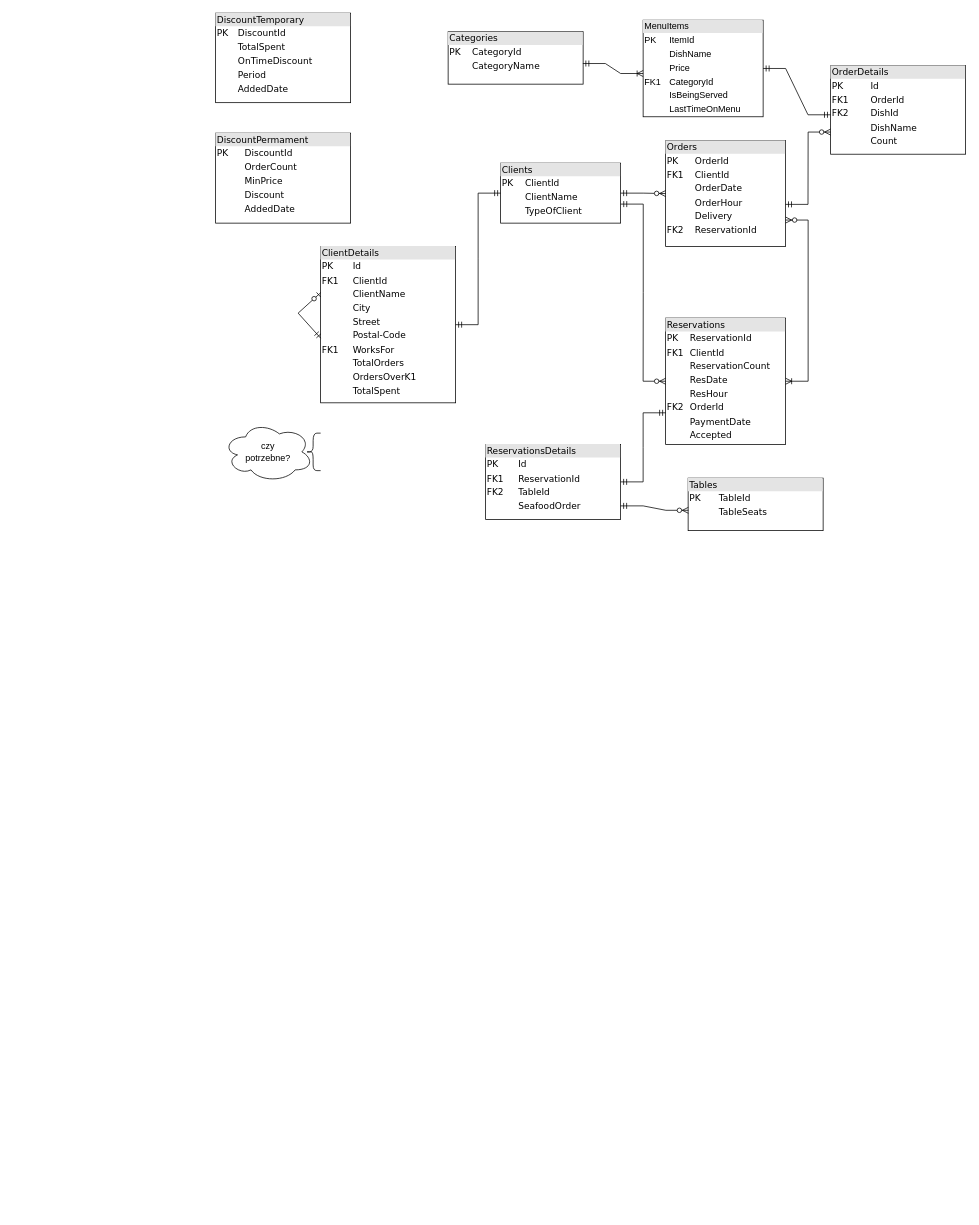
mczajor/DataBases keeps this draw.io diagram as DataBaseSchema.drawio. Above is the earlier version. Source tidied: cells renumbered, new cells numbered last; positions are measured from the earlier drawing's top-left corner, leaving out a move shared by most shapes. Both pictures are drawn from the tidied source at 75%, with x=0, y=0 at pixel (215, 13).
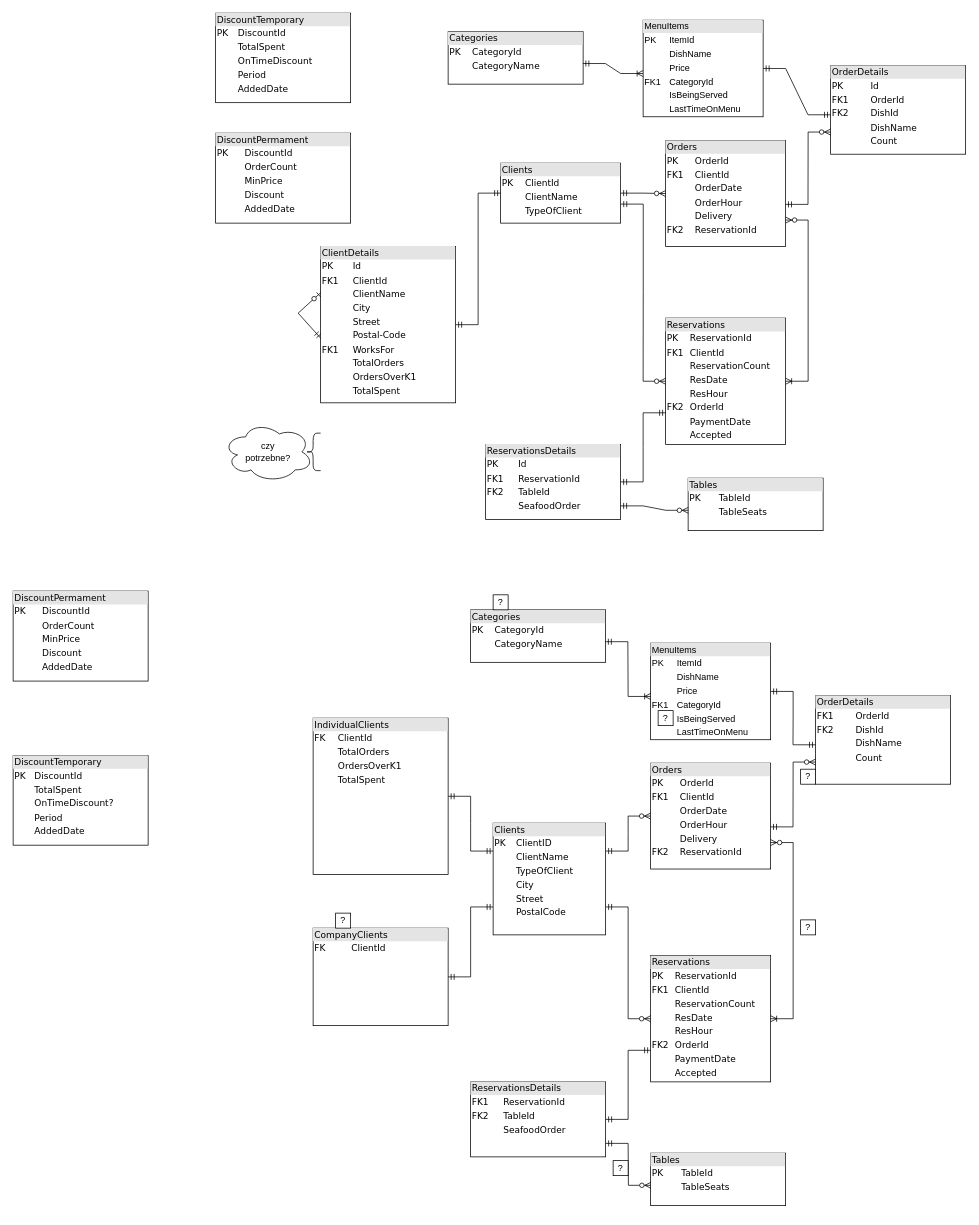
Above is the later version.

What changed in the source:
```diff
@@
+    <mxCell id="26" value="&lt;div style=&quot;box-sizing: border-box ; width: 100% ; background: #e4e4e4 ; padding: 2px&quot;&gt;Reservations&lt;br&gt;&lt;/div&gt;&lt;table style=&quot;width: 100% ; font-size: 1em&quot; cellspacing=&quot;0&quot; cellpadding=&quot;2&quot;&gt;&lt;tbody&gt;&lt;tr&gt;&lt;td&gt;PK&lt;br&gt;&lt;/td&gt;&lt;td&gt;ReservationId&lt;br&gt;&lt;/td&gt;&lt;/tr&gt;&lt;tr&gt;&lt;td&gt;FK1&lt;br&gt;&lt;/td&gt;&lt;td&gt;ClientId&lt;br&gt;&lt;/td&gt;&lt;/tr&gt;&lt;tr&gt;&lt;td&gt;&lt;br&gt;&lt;/td&gt;&lt;td&gt;ReservationCount&lt;br&gt;&lt;/td&gt;&lt;/tr&gt;&lt;tr&gt;&lt;td&gt;&lt;br&gt;&lt;/td&gt;&lt;td&gt;ResDate&lt;br&gt;&lt;/td&gt;&lt;/tr&gt;&lt;tr&gt;&lt;td&gt;&lt;br&gt;&lt;/td&gt;&lt;td&gt;ResHour&lt;br&gt;&lt;/td&gt;&lt;/tr&gt;&lt;tr&gt;&lt;td&gt;FK2&lt;br&gt;&lt;/td&gt;&lt;td&gt;OrderId&lt;br&gt;&lt;/td&gt;&lt;/tr&gt;&lt;tr&gt;&lt;td&gt;&lt;br&gt;&lt;/td&gt;&lt;td&gt;PaymentDate&lt;br&gt;&lt;/td&gt;&lt;/tr&gt;&lt;tr&gt;&lt;td&gt;&lt;br&gt;&lt;/td&gt;&lt;td&gt;Accepted&lt;br&gt;&lt;/td&gt;&lt;/tr&gt;&lt;/tbody&gt;&lt;/table&gt;" style="verticalAlign=top;align=left;overflow=fill;html=1;rounded=0;shadow=0;comic=0;labelBackgroundColor=none;strokeWidth=1;fontFamily=Verdana;fontSize=12;" parent="1" vertex="1">
+      <mxGeometry x="580" y="1256.6" width="160" height="168.4" as="geometry" />
+    </mxCell>
+    <mxCell id="27" value="&lt;div style=&quot;box-sizing: border-box ; width: 100% ; background: #e4e4e4 ; padding: 2px&quot;&gt;Orders&lt;/div&gt;&lt;table style=&quot;width: 100% ; font-size: 1em&quot; cellspacing=&quot;0&quot; cellpadding=&quot;2&quot;&gt;&lt;tbody&gt;&lt;tr&gt;&lt;td&gt;PK&lt;br&gt;&lt;/td&gt;&lt;td&gt;OrderId&lt;br&gt;&lt;/td&gt;&lt;/tr&gt;&lt;tr&gt;&lt;td&gt;FK1&lt;br&gt;&lt;/td&gt;&lt;td&gt;ClientId&lt;br&gt;&lt;/td&gt;&lt;/tr&gt;&lt;tr&gt;&lt;td&gt;&lt;br&gt;&lt;/td&gt;&lt;td&gt;OrderDate&lt;br&gt;&lt;/td&gt;&lt;/tr&gt;&lt;tr&gt;&lt;td&gt;&lt;br&gt;&lt;/td&gt;&lt;td&gt;OrderHour&lt;br&gt;&lt;/td&gt;&lt;/tr&gt;&lt;tr&gt;&lt;td&gt;&lt;br&gt;&lt;/td&gt;&lt;td&gt;Delivery&lt;br&gt;&lt;/td&gt;&lt;/tr&gt;&lt;tr&gt;&lt;td&gt;FK2&lt;br&gt;&lt;/td&gt;&lt;td&gt;ReservationId&lt;br&gt;&lt;/td&gt;&lt;/tr&gt;&lt;/tbody&gt;&lt;/table&gt;" style="verticalAlign=top;align=left;overflow=fill;html=1;rounded=0;shadow=0;comic=0;labelBackgroundColor=none;strokeWidth=1;fontFamily=Verdana;fontSize=12;" parent="1" vertex="1">
+      <mxGeometry x="580" y="1000" width="160" height="141.2" as="geometry" />
+    </mxCell>
+    <mxCell id="28" value="&lt;div style=&quot;box-sizing:border-box;width:100%;background:#e4e4e4;padding:2px;&quot;&gt;Categories&lt;/div&gt;&lt;table style=&quot;width:100%;font-size:1em;&quot; cellspacing=&quot;0&quot; cellpadding=&quot;2&quot;&gt;&lt;tbody&gt;&lt;tr&gt;&lt;td&gt;PK&lt;br&gt;&lt;/td&gt;&lt;td&gt;CategoryId&lt;/td&gt;&lt;/tr&gt;&lt;tr&gt;&lt;td&gt;&lt;br&gt;&lt;/td&gt;&lt;td&gt;CategoryName&lt;/td&gt;&lt;/tr&gt;&lt;/tbody&gt;&lt;/table&gt;" style="verticalAlign=top;align=left;overflow=fill;html=1;rounded=0;shadow=0;comic=0;labelBackgroundColor=none;strokeWidth=1;fontFamily=Verdana;fontSize=12;" parent="1" vertex="1">
+      <mxGeometry x="340" y="795.6" width="180" height="70" as="geometry" />
+    </mxCell>
+    <mxCell id="29" value="&lt;div style=&quot;box-sizing: border-box ; width: 100% ; background: #e4e4e4 ; padding: 2px&quot;&gt;OrderDetails&lt;/div&gt;&lt;table style=&quot;width: 100% ; font-size: 1em&quot; cellspacing=&quot;0&quot; cellpadding=&quot;2&quot;&gt;&lt;tbody&gt;&lt;tr&gt;&lt;td&gt;FK1&lt;br&gt;&lt;/td&gt;&lt;td&gt;OrderId&lt;br&gt;&lt;/td&gt;&lt;/tr&gt;&lt;tr&gt;&lt;td&gt;FK2&lt;br&gt;&lt;/td&gt;&lt;td&gt;DishId&lt;/td&gt;&lt;/tr&gt;&lt;tr&gt;&lt;td&gt;&lt;br&gt;&lt;/td&gt;&lt;td&gt;DishName&lt;br&gt;&lt;/td&gt;&lt;/tr&gt;&lt;tr&gt;&lt;td&gt;&lt;/td&gt;&lt;td&gt;Count&lt;/td&gt;&lt;/tr&gt;&lt;tr&gt;&lt;td&gt;&lt;br&gt;&lt;/td&gt;&lt;td&gt;&lt;br&gt;&lt;/td&gt;&lt;/tr&gt;&lt;/tbody&gt;&lt;/table&gt;" style="verticalAlign=top;align=left;overflow=fill;html=1;rounded=0;shadow=0;comic=0;labelBackgroundColor=none;strokeWidth=1;fontFamily=Verdana;fontSize=12;" parent="1" vertex="1">
+      <mxGeometry x="800" y="910" width="180" height="118.1" as="geometry" />
+    </mxCell>
+    <mxCell id="30" value="&lt;div style=&quot;box-sizing:border-box;width:100%;background:#e4e4e4;padding:2px;&quot;&gt;Tables&lt;/div&gt;&lt;table style=&quot;width:100%;font-size:1em;&quot; cellspacing=&quot;0&quot; cellpadding=&quot;2&quot;&gt;&lt;tbody&gt;&lt;tr&gt;&lt;td&gt;PK&lt;br&gt;&lt;/td&gt;&lt;td&gt;TableId&lt;/td&gt;&lt;/tr&gt;&lt;tr&gt;&lt;td&gt;&lt;br&gt;&lt;/td&gt;&lt;td&gt;TableSeats&lt;/td&gt;&lt;/tr&gt;&lt;/tbody&gt;&lt;/table&gt;" style="verticalAlign=top;align=left;overflow=fill;html=1;rounded=0;shadow=0;comic=0;labelBackgroundColor=none;strokeWidth=1;fontFamily=Verdana;fontSize=12;" parent="1" vertex="1">
+      <mxGeometry x="580" y="1520" width="180" height="70" as="geometry" />
+    </mxCell>
+    <mxCell id="31" value="&lt;div style=&quot;box-sizing: border-box ; width: 100% ; background: #e4e4e4 ; padding: 2px&quot;&gt;ReservationsDetails&lt;/div&gt;&lt;table style=&quot;width: 100% ; font-size: 1em&quot; cellspacing=&quot;0&quot; cellpadding=&quot;2&quot;&gt;&lt;tbody&gt;&lt;tr&gt;&lt;td&gt;FK1&lt;br&gt;&lt;/td&gt;&lt;td&gt;ReservationId&lt;/td&gt;&lt;/tr&gt;&lt;tr&gt;&lt;td&gt;FK2&lt;br&gt;&lt;/td&gt;&lt;td&gt;TableId&lt;br&gt;&lt;/td&gt;&lt;/tr&gt;&lt;tr&gt;&lt;td&gt;&lt;br&gt;&lt;/td&gt;&lt;td&gt;SeafoodOrder&lt;br&gt;&lt;/td&gt;&lt;/tr&gt;&lt;/tbody&gt;&lt;/table&gt;" style="verticalAlign=top;align=left;overflow=fill;html=1;rounded=0;shadow=0;comic=0;labelBackgroundColor=none;strokeWidth=1;fontFamily=Verdana;fontSize=12;" parent="1" vertex="1">
+      <mxGeometry x="340" y="1425" width="180" height="100" as="geometry" />
+    </mxCell>
+    <mxCell id="32" value="&lt;div style=&quot;box-sizing:border-box;width:100%;background:#e4e4e4;padding:2px;&quot;&gt;MenuItems&lt;/div&gt;&lt;table style=&quot;width:100%;font-size:1em;&quot; cellspacing=&quot;0&quot; cellpadding=&quot;2&quot;&gt;&lt;tbody&gt;&lt;tr&gt;&lt;td&gt;PK&lt;br&gt;&lt;/td&gt;&lt;td&gt;ItemId&lt;/td&gt;&lt;/tr&gt;&lt;tr&gt;&lt;td&gt;&lt;br&gt;&lt;/td&gt;&lt;td&gt;DishName&lt;br&gt;&lt;/td&gt;&lt;/tr&gt;&lt;tr&gt;&lt;td&gt;&lt;br&gt;&lt;/td&gt;&lt;td&gt;Price&lt;br&gt;&lt;/td&gt;&lt;/tr&gt;&lt;tr&gt;&lt;td&gt;FK1&lt;/td&gt;&lt;td&gt;CategoryId&lt;/td&gt;&lt;/tr&gt;&lt;tr&gt;&lt;td&gt;&lt;br&gt;&lt;/td&gt;&lt;td&gt;IsBeingServed&lt;br&gt;&lt;/td&gt;&lt;/tr&gt;&lt;tr&gt;&lt;td&gt;&lt;br&gt;&lt;/td&gt;&lt;td&gt;LastTimeOnMenu&lt;br&gt;&lt;/td&gt;&lt;/tr&gt;&lt;/tbody&gt;&lt;/table&gt;" style="verticalAlign=top;align=left;overflow=fill;html=1;" parent="1" vertex="1">
+      <mxGeometry x="580" y="840" width="160" height="128.8" as="geometry" />
+    </mxCell>
+    <mxCell id="33" style="edgeStyle=orthogonalEdgeStyle;rounded=0;orthogonalLoop=1;jettySize=auto;html=1;exitX=0.5;exitY=1;exitDx=0;exitDy=0;" parent="1" edge="1" source="30" target="30">
+      <mxGeometry relative="1" as="geometry" />
+    </mxCell>
+    <mxCell id="34" value="&lt;div style=&quot;box-sizing: border-box ; width: 100% ; background: #e4e4e4 ; padding: 2px&quot;&gt;DiscountPermament&lt;br&gt;&lt;/div&gt;&lt;table style=&quot;width: 100% ; font-size: 1em&quot; cellspacing=&quot;0&quot; cellpadding=&quot;2&quot;&gt;&lt;tbody&gt;&lt;tr&gt;&lt;td&gt;PK&lt;br&gt;&lt;/td&gt;&lt;td&gt;DiscountId&lt;/td&gt;&lt;/tr&gt;&lt;tr&gt;&lt;td&gt;&lt;br&gt;&lt;/td&gt;&lt;td&gt;OrderCount&lt;/td&gt;&lt;/tr&gt;&lt;tr&gt;&lt;td&gt;&lt;/td&gt;&lt;td&gt;MinPrice&lt;br&gt;&lt;/td&gt;&lt;/tr&gt;&lt;tr&gt;&lt;td&gt;&lt;br&gt;&lt;/td&gt;&lt;td&gt;Discount&lt;br&gt;&lt;/td&gt;&lt;/tr&gt;&lt;tr&gt;&lt;td&gt;&lt;br&gt;&lt;/td&gt;&lt;td&gt;AddedDate&lt;br&gt;&lt;/td&gt;&lt;/tr&gt;&lt;/tbody&gt;&lt;/table&gt;" style="verticalAlign=top;align=left;overflow=fill;html=1;rounded=0;shadow=0;comic=0;labelBackgroundColor=none;strokeWidth=1;fontFamily=Verdana;fontSize=12;" parent="1" vertex="1">
+      <mxGeometry x="-270" y="770.6" width="180" height="120" as="geometry" />
+    </mxCell>
+    <mxCell id="35" value="&lt;div style=&quot;box-sizing:border-box;width:100%;background:#e4e4e4;padding:2px;&quot;&gt;DiscountTemporary&lt;/div&gt;&lt;table style=&quot;width:100%;font-size:1em;&quot; cellspacing=&quot;0&quot; cellpadding=&quot;2&quot;&gt;&lt;tbody&gt;&lt;tr&gt;&lt;td&gt;PK&lt;br&gt;&lt;/td&gt;&lt;td&gt;DiscountId&lt;/td&gt;&lt;/tr&gt;&lt;tr&gt;&lt;td&gt;&lt;br&gt;&lt;/td&gt;&lt;td&gt;TotalSpent&lt;/td&gt;&lt;/tr&gt;&lt;tr&gt;&lt;td&gt;&lt;br&gt;&lt;/td&gt;&lt;td&gt;OnTimeDiscount?&lt;br&gt;&lt;/td&gt;&lt;/tr&gt;&lt;tr&gt;&lt;td&gt;&lt;br&gt;&lt;/td&gt;&lt;td&gt;Period&lt;br&gt;&lt;/td&gt;&lt;/tr&gt;&lt;tr&gt;&lt;td&gt;&lt;br&gt;&lt;/td&gt;&lt;td&gt;AddedDate&lt;br&gt;&lt;/td&gt;&lt;/tr&gt;&lt;/tbody&gt;&lt;/table&gt;" style="verticalAlign=top;align=left;overflow=fill;html=1;rounded=0;shadow=0;comic=0;labelBackgroundColor=none;strokeWidth=1;fontFamily=Verdana;fontSize=12;" parent="1" vertex="1">
+      <mxGeometry x="-270" y="990" width="180" height="119.4" as="geometry" />
+    </mxCell>
+    <mxCell id="36" style="edgeStyle=entityRelationEdgeStyle;fontSize=12;html=1;endArrow=ERoneToMany;startArrow=ERmandOne;rounded=0;exitX=0.998;exitY=0.607;exitDx=0;exitDy=0;exitPerimeter=0;entryX=0;entryY=0.552;entryDx=0;entryDy=0;entryPerimeter=0;" parent="1" edge="1" source="28" target="32">
+      <mxGeometry relative="1" as="geometry" />
+    </mxCell>
+    <mxCell id="37" style="edgeStyle=entityRelationEdgeStyle;fontSize=12;html=1;endArrow=ERmandOne;startArrow=ERmandOne;rounded=0;entryX=-0.001;entryY=0.555;entryDx=0;entryDy=0;entryPerimeter=0;exitX=1;exitY=0.5;exitDx=0;exitDy=0;" parent="1" edge="1" source="32" target="29">
+      <mxGeometry relative="1" as="geometry" />
+    </mxCell>
+    <mxCell id="38" style="edgeStyle=entityRelationEdgeStyle;fontSize=12;html=1;endArrow=ERzeroToMany;startArrow=ERmandOne;rounded=0;exitX=0.999;exitY=0.602;exitDx=0;exitDy=0;exitPerimeter=0;entryX=0;entryY=0.75;entryDx=0;entryDy=0;" parent="1" edge="1" source="27" target="29">
+      <mxGeometry relative="1" as="geometry" />
+    </mxCell>
+    <mxCell id="39" style="edgeStyle=entityRelationEdgeStyle;fontSize=12;html=1;endArrow=ERzeroToMany;startArrow=ERmandOne;rounded=0;entryX=0;entryY=0.5;entryDx=0;entryDy=0;exitX=1;exitY=0.25;exitDx=0;exitDy=0;" parent="1" edge="1" source="49" target="27">
+      <mxGeometry relative="1" as="geometry" />
+    </mxCell>
+    <mxCell id="40" style="edgeStyle=entityRelationEdgeStyle;fontSize=12;html=1;endArrow=ERzeroToMany;startArrow=ERmandOne;rounded=0;exitX=1;exitY=0.75;exitDx=0;exitDy=0;" parent="1" edge="1" source="49" target="26">
+      <mxGeometry relative="1" as="geometry" />
+    </mxCell>
+    <mxCell id="41" style="edgeStyle=entityRelationEdgeStyle;fontSize=12;html=1;endArrow=ERoneToMany;startArrow=ERzeroToMany;rounded=0;exitX=1;exitY=0.75;exitDx=0;exitDy=0;" parent="1" edge="1" source="27" target="26">
+      <mxGeometry relative="1" as="geometry" />
+    </mxCell>
+    <mxCell id="42" style="edgeStyle=entityRelationEdgeStyle;fontSize=12;html=1;endArrow=ERmandOne;startArrow=ERmandOne;rounded=0;entryX=0;entryY=0.75;entryDx=0;entryDy=0;" parent="1" edge="1" source="31" target="26">
+      <mxGeometry relative="1" as="geometry" />
+    </mxCell>
+    <mxCell id="43" style="edgeStyle=entityRelationEdgeStyle;fontSize=12;html=1;endArrow=ERzeroToMany;startArrow=ERmandOne;rounded=0;exitX=1;exitY=0.82;exitDx=0;exitDy=0;exitPerimeter=0;entryX=0.002;entryY=0.613;entryDx=0;entryDy=0;entryPerimeter=0;" parent="1" edge="1" source="31" target="30">
+      <mxGeometry relative="1" as="geometry" />
+    </mxCell>
+    <mxCell id="44" value="&lt;div style=&quot;box-sizing: border-box ; width: 100% ; background: #e4e4e4 ; padding: 2px&quot;&gt;IndividualClients&lt;/div&gt;&lt;table style=&quot;width: 100% ; font-size: 1em&quot; cellspacing=&quot;0&quot; cellpadding=&quot;2&quot;&gt;&lt;tbody&gt;&lt;tr&gt;&lt;td&gt;FK&lt;/td&gt;&lt;td&gt;ClientId&lt;/td&gt;&lt;/tr&gt;&lt;tr&gt;&lt;td&gt;&lt;br&gt;&lt;/td&gt;&lt;td&gt;TotalOrders&lt;br&gt;&lt;/td&gt;&lt;/tr&gt;&lt;tr&gt;&lt;td&gt;&lt;br&gt;&lt;/td&gt;&lt;td&gt;OrdersOverK1&lt;br&gt;&lt;/td&gt;&lt;/tr&gt;&lt;tr&gt;&lt;td&gt;&lt;br&gt;&lt;/td&gt;&lt;td&gt;TotalSpent&lt;br&gt;&lt;/td&gt;&lt;/tr&gt;&lt;/tbody&gt;&lt;/table&gt;" style="verticalAlign=top;align=left;overflow=fill;html=1;rounded=0;shadow=0;comic=0;labelBackgroundColor=none;strokeWidth=1;fontFamily=Verdana;fontSize=12;" parent="1" vertex="1">
+      <mxGeometry x="130" y="940" width="180" height="208.4" as="geometry" />
+    </mxCell>
+    <mxCell id="45" value="&lt;div style=&quot;box-sizing: border-box ; width: 100% ; background: #e4e4e4 ; padding: 2px&quot;&gt;CompanyClients&lt;/div&gt;&lt;table style=&quot;width: 100% ; font-size: 1em&quot; cellspacing=&quot;0&quot; cellpadding=&quot;2&quot;&gt;&lt;tbody&gt;&lt;tr&gt;&lt;td&gt;FK&lt;/td&gt;&lt;td&gt;ClientId&lt;/td&gt;&lt;/tr&gt;&lt;/tbody&gt;&lt;/table&gt;" style="verticalAlign=top;align=left;overflow=fill;html=1;rounded=0;shadow=0;comic=0;labelBackgroundColor=none;strokeWidth=1;fontFamily=Verdana;fontSize=12;" parent="1" vertex="1">
+      <mxGeometry x="130" y="1220" width="180" height="130" as="geometry" />
+    </mxCell>
+    <mxCell id="46" style="edgeStyle=orthogonalEdgeStyle;rounded=0;orthogonalLoop=1;jettySize=auto;html=1;exitX=0.5;exitY=1;exitDx=0;exitDy=0;" parent="1" edge="1" source="45" target="45">
+      <mxGeometry relative="1" as="geometry" />
+    </mxCell>
+    <mxCell id="47" style="edgeStyle=entityRelationEdgeStyle;fontSize=12;html=1;endArrow=ERmandOne;startArrow=ERmandOne;rounded=0;exitX=1;exitY=0.5;exitDx=0;exitDy=0;entryX=0;entryY=0.25;entryDx=0;entryDy=0;" parent="1" edge="1" source="44" target="49">
+      <mxGeometry relative="1" as="geometry" />
+    </mxCell>
+    <mxCell id="48" style="edgeStyle=entityRelationEdgeStyle;fontSize=12;html=1;endArrow=ERmandOne;startArrow=ERmandOne;rounded=0;exitX=1;exitY=0.5;exitDx=0;exitDy=0;entryX=0;entryY=0.75;entryDx=0;entryDy=0;" parent="1" edge="1" source="45" target="49">
+      <mxGeometry relative="1" as="geometry" />
+    </mxCell>
+    <mxCell id="49" value="&lt;div style=&quot;box-sizing: border-box ; width: 100% ; background: #e4e4e4 ; padding: 2px&quot;&gt;Clients&lt;/div&gt;&lt;table style=&quot;width: 100% ; font-size: 1em&quot; cellspacing=&quot;0&quot; cellpadding=&quot;2&quot;&gt;&lt;tbody&gt;&lt;tr&gt;&lt;td&gt;PK&lt;/td&gt;&lt;td&gt;ClientID&lt;/td&gt;&lt;/tr&gt;&lt;tr&gt;&lt;td&gt;&lt;br&gt;&lt;/td&gt;&lt;td&gt;ClientName&lt;br&gt;&lt;/td&gt;&lt;/tr&gt;&lt;tr&gt;&lt;td&gt;&lt;br&gt;&lt;/td&gt;&lt;td&gt;TypeOfClient&lt;/td&gt;&lt;/tr&gt;&lt;tr&gt;&lt;td&gt;&lt;br&gt;&lt;/td&gt;&lt;td&gt;City&lt;/td&gt;&lt;/tr&gt;&lt;tr&gt;&lt;td&gt;&lt;br&gt;&lt;/td&gt;&lt;td&gt;Street&lt;/td&gt;&lt;/tr&gt;&lt;tr&gt;&lt;td&gt;&lt;br&gt;&lt;/td&gt;&lt;td&gt;PostalCode&lt;/td&gt;&lt;/tr&gt;&lt;/tbody&gt;&lt;/table&gt;" style="verticalAlign=top;align=left;overflow=fill;html=1;rounded=0;shadow=0;comic=0;labelBackgroundColor=none;strokeWidth=1;fontFamily=Verdana;fontSize=12;" parent="1" vertex="1">
+      <mxGeometry x="370" y="1080" width="150" height="149" as="geometry" />
+    </mxCell>
+    <mxCell id="50" value="?" style="rounded=0;whiteSpace=wrap;html=1;" parent="1" vertex="1">
+      <mxGeometry x="780" y="1008.1" width="20" height="20" as="geometry" />
+    </mxCell>
+    <mxCell id="51" value="?" style="rounded=0;whiteSpace=wrap;html=1;" parent="1" vertex="1">
+      <mxGeometry x="160" y="1200" width="20" height="20" as="geometry" />
+    </mxCell>
+    <mxCell id="52" value="?" style="rounded=0;whiteSpace=wrap;html=1;" parent="1" vertex="1">
+      <mxGeometry x="370" y="775.6" width="20" height="20" as="geometry" />
+    </mxCell>
+    <mxCell id="53" value="?" style="rounded=0;whiteSpace=wrap;html=1;" parent="1" vertex="1">
+      <mxGeometry x="590" y="930" width="20" height="20" as="geometry" />
+    </mxCell>
+    <mxCell id="54" value="?" style="rounded=0;whiteSpace=wrap;html=1;" parent="1" vertex="1">
+      <mxGeometry x="780" y="1209" width="20" height="20" as="geometry" />
+    </mxCell>
+    <mxCell id="55" value="?" style="rounded=0;whiteSpace=wrap;html=1;" parent="1" vertex="1">
+      <mxGeometry x="530" y="1530" width="20" height="20" as="geometry" />
+    </mxCell>
```
